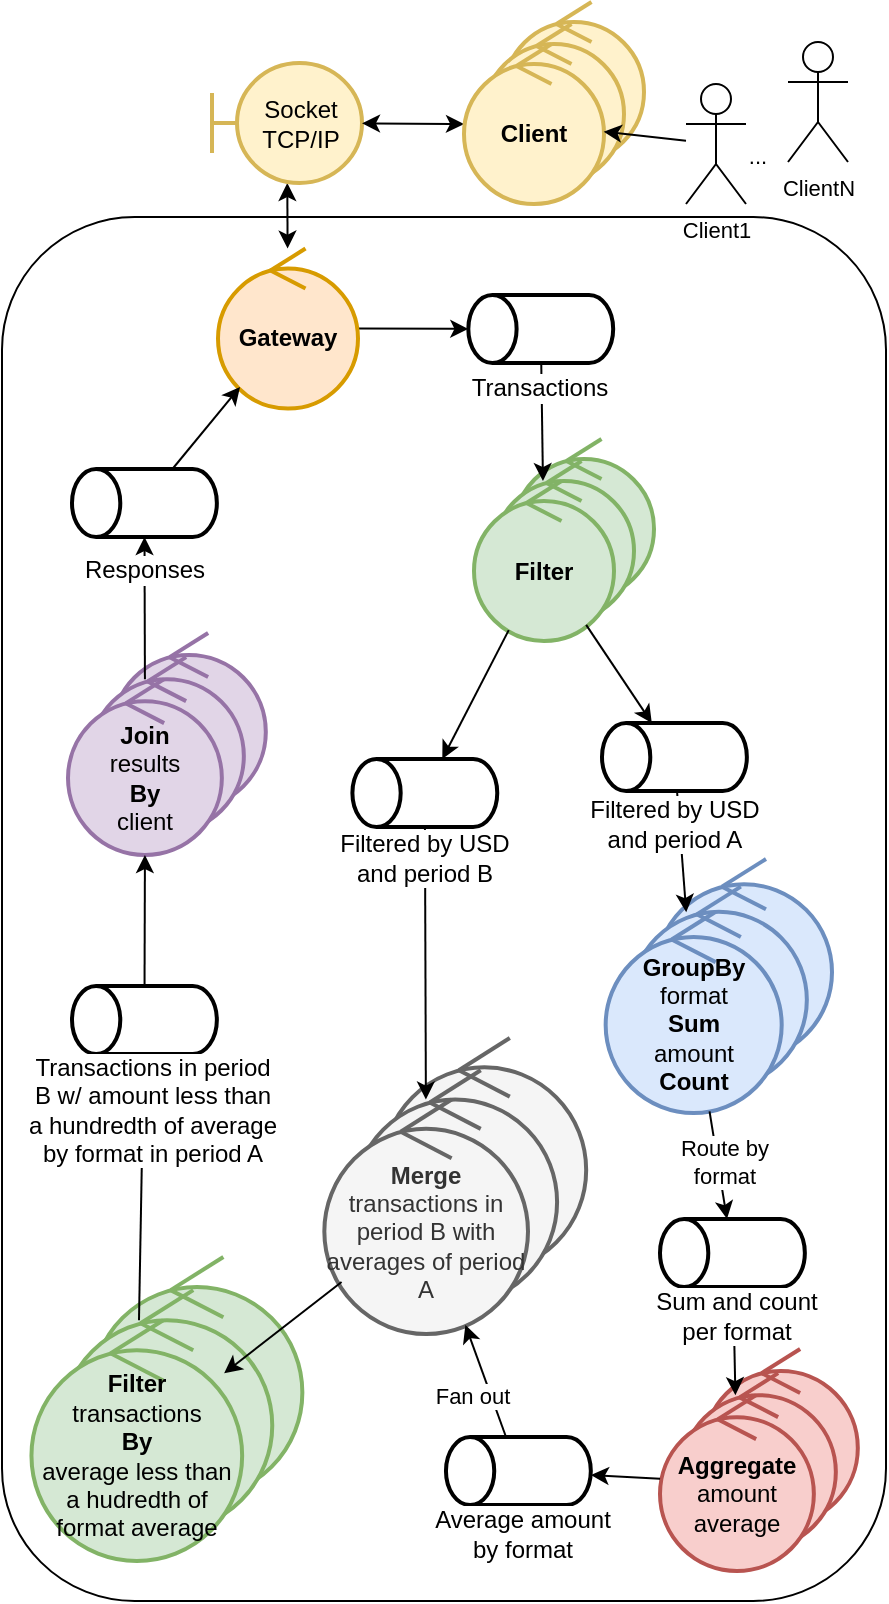
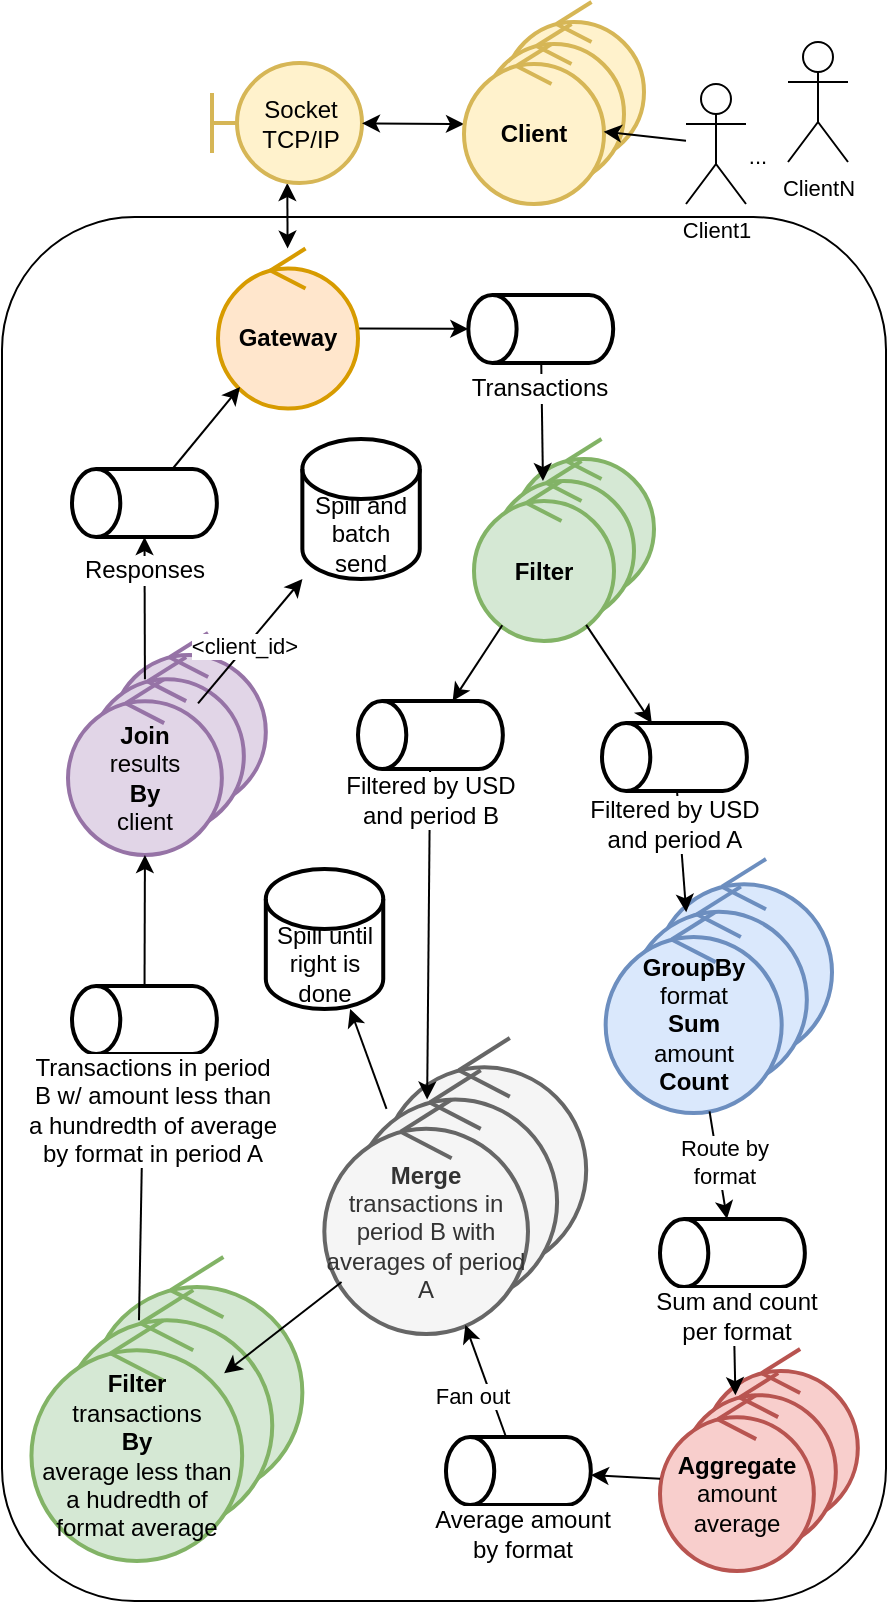
- <mxfile host="Electron" version="29.6.1">
+ <mxfile host="Electron">
  <diagram name="cluster-12" id="cluster-12">
-     <mxGraphModel dx="-2990" dy="4608" grid="1" gridSize="10" guides="1" tooltips="1" connect="1" arrows="1" fold="1" page="0" pageScale="1" pageWidth="850" pageHeight="1100" math="0" shadow="0">
+     <mxGraphModel dx="792" dy="562" grid="1" gridSize="10" guides="1" tooltips="1" connect="1" arrows="1" fold="1" page="0" pageScale="1" pageWidth="850" pageHeight="1100" math="0" shadow="0">
      <root>
        <mxCell id="0" />
        <mxCell id="1" parent="0" />
        <mxCell id="m3lEM9vwjJh2p-cHX_Ol-359" parent="1" style="rounded=1;whiteSpace=wrap;html=1;fontFamily=Helvetica;fontSize=11;fontColor=default;labelBackgroundColor=default;fillColor=none;" value="" vertex="1">
-           <mxGeometry height="692" width="442" x="20.00" y="127.50" as="geometry" />
+           <mxGeometry height="692" width="442" x="20" y="127.5" as="geometry" />
        </mxCell>
        <mxCell id="m3lEM9vwjJh2p-cHX_Ol-360" edge="1" parent="1" source="m3lEM9vwjJh2p-cHX_Ol-361" style="shape=connector;rounded=0;orthogonalLoop=1;jettySize=auto;html=1;strokeColor=default;align=center;verticalAlign=middle;fontFamily=Helvetica;fontSize=11;fontColor=default;labelBackgroundColor=default;endArrow=classic;startArrow=classic;startFill=1;" target="m3lEM9vwjJh2p-cHX_Ol-363">
          <mxGeometry relative="1" as="geometry" />
        </mxCell>
        <mxCell id="m3lEM9vwjJh2p-cHX_Ol-361" parent="1" style="shape=umlBoundary;whiteSpace=wrap;html=1;strokeWidth=2;fillColor=#fff2cc;strokeColor=#d6b656;" value="Socket&lt;div&gt;TCP/IP&lt;/div&gt;" vertex="1">
-           <mxGeometry height="60" width="75" x="125.00" y="50.50" as="geometry" />
+           <mxGeometry height="60" width="75" x="125" y="50.5" as="geometry" />
        </mxCell>
        <mxCell id="m3lEM9vwjJh2p-cHX_Ol-362" edge="1" parent="1" source="m3lEM9vwjJh2p-cHX_Ol-363" style="shape=connector;rounded=0;orthogonalLoop=1;jettySize=auto;html=1;strokeColor=default;align=center;verticalAlign=middle;fontFamily=Helvetica;fontSize=11;fontColor=default;labelBackgroundColor=default;endArrow=classic;" target="m3lEM9vwjJh2p-cHX_Ol-370">
          <mxGeometry relative="1" as="geometry" />
        </mxCell>
        <mxCell id="m3lEM9vwjJh2p-cHX_Ol-363" parent="1" style="ellipse;shape=umlControl;whiteSpace=wrap;html=1;strokeWidth=2;fillColor=#ffe6cc;strokeColor=#d79b00;" value="&lt;b&gt;Gateway&lt;/b&gt;" vertex="1">
-           <mxGeometry height="80" width="70" x="128.00" y="143.28" as="geometry" />
+           <mxGeometry height="80" width="70" x="128" y="143.28" as="geometry" />
        </mxCell>
        <mxCell id="m3lEM9vwjJh2p-cHX_Ol-364" connectable="0" parent="1" style="group;strokeWidth=2;" value="" vertex="1">
-           <mxGeometry height="101" width="90" x="256.00" y="238.50" as="geometry" />
+           <mxGeometry height="101" width="90" x="256" y="238.5" as="geometry" />
        </mxCell>
        <mxCell id="m3lEM9vwjJh2p-cHX_Ol-365" parent="m3lEM9vwjJh2p-cHX_Ol-364" style="ellipse;shape=umlControl;whiteSpace=wrap;html=1;strokeWidth=2;fillColor=#d5e8d4;strokeColor=#82b366;" value="" vertex="1">
          <mxGeometry height="80" width="70" x="20" as="geometry" />
        </mxCell>
        <mxCell id="m3lEM9vwjJh2p-cHX_Ol-366" parent="m3lEM9vwjJh2p-cHX_Ol-364" style="ellipse;shape=umlControl;whiteSpace=wrap;html=1;strokeWidth=2;fillColor=#d5e8d4;strokeColor=#82b366;" value="" vertex="1">
          <mxGeometry height="80" width="70" x="10" y="11" as="geometry" />
        </mxCell>
        <mxCell id="m3lEM9vwjJh2p-cHX_Ol-367" parent="m3lEM9vwjJh2p-cHX_Ol-364" style="ellipse;shape=umlControl;whiteSpace=wrap;html=1;strokeWidth=2;fillColor=#d5e8d4;strokeColor=#82b366;" value="&lt;b&gt;Filter&lt;/b&gt;" vertex="1">
          <mxGeometry height="80" width="70" y="21" as="geometry" />
        </mxCell>
        <mxCell id="m3lEM9vwjJh2p-cHX_Ol-368" edge="1" parent="1" source="m3lEM9vwjJh2p-cHX_Ol-370" style="edgeStyle=none;shape=connector;rounded=0;orthogonalLoop=1;jettySize=auto;html=1;strokeColor=default;align=center;verticalAlign=middle;fontFamily=Helvetica;fontSize=11;fontColor=default;labelBackgroundColor=default;endArrow=classic;" target="m3lEM9vwjJh2p-cHX_Ol-367">
          <mxGeometry relative="1" as="geometry" />
        </mxCell>
        <mxCell id="m3lEM9vwjJh2p-cHX_Ol-369" connectable="0" parent="1" style="group;strokeWidth=2;" value="" vertex="1">
-           <mxGeometry height="61" width="72.43000000000006" x="253.16" y="166.50" as="geometry" />
+           <mxGeometry height="61" width="72.43000000000006" x="253.16" y="166.5" as="geometry" />
        </mxCell>
        <mxCell id="m3lEM9vwjJh2p-cHX_Ol-370" parent="m3lEM9vwjJh2p-cHX_Ol-369" style="strokeWidth=2;html=1;shape=mxgraph.flowchart.database;whiteSpace=wrap;rotation=-90;" value="" vertex="1">
          <mxGeometry height="72.43" width="34" x="19.215000000000032" y="-19.215000000000032" as="geometry" />
        </mxCell>
        <mxCell id="m3lEM9vwjJh2p-cHX_Ol-371" parent="m3lEM9vwjJh2p-cHX_Ol-369" style="text;html=1;whiteSpace=wrap;strokeColor=none;fillColor=none;align=center;verticalAlign=middle;rounded=0;fontFamily=Helvetica;fontSize=12;fontColor=default;labelBackgroundColor=default;strokeWidth=2;" value="Transactions" vertex="1">
          <mxGeometry height="30" width="60" x="6.220000000000027" y="31" as="geometry" />
        </mxCell>
        <mxCell id="m3lEM9vwjJh2p-cHX_Ol-372" connectable="0" parent="1" style="group;strokeWidth=2;" value="" vertex="1">
-           <mxGeometry height="111" width="98.91" x="53.00" y="335.50" as="geometry" />
+           <mxGeometry height="111" width="98.91" x="53" y="335.5" as="geometry" />
        </mxCell>
        <mxCell id="m3lEM9vwjJh2p-cHX_Ol-373" parent="m3lEM9vwjJh2p-cHX_Ol-372" style="ellipse;shape=umlControl;whiteSpace=wrap;html=1;strokeWidth=2;fillColor=#e1d5e7;strokeColor=#9673a6;" value="" vertex="1">
          <mxGeometry height="87.92079207920793" width="76.92999999999999" x="21.98" as="geometry" />
        </mxCell>
        <mxCell id="m3lEM9vwjJh2p-cHX_Ol-374" parent="m3lEM9vwjJh2p-cHX_Ol-372" style="ellipse;shape=umlControl;whiteSpace=wrap;html=1;strokeWidth=2;fillColor=#e1d5e7;strokeColor=#9673a6;" value="" vertex="1">
          <mxGeometry height="87.92079207920793" width="76.92999999999999" x="10.99" y="12.08910891089109" as="geometry" />
        </mxCell>
        <mxCell id="m3lEM9vwjJh2p-cHX_Ol-375" parent="m3lEM9vwjJh2p-cHX_Ol-372" style="ellipse;shape=umlControl;whiteSpace=wrap;html=1;strokeWidth=2;fillColor=#e1d5e7;strokeColor=#9673a6;" value="&lt;b&gt;Join&lt;/b&gt;&lt;div&gt;results&lt;br&gt;&lt;div&gt;&lt;b&gt;By&lt;/b&gt;&lt;/div&gt;&lt;div&gt;client&lt;/div&gt;&lt;/div&gt;" vertex="1">
          <mxGeometry height="87.92079207920793" width="76.92999999999999" y="23.07920792079208" as="geometry" />
        </mxCell>
        <mxCell id="m3lEM9vwjJh2p-cHX_Ol-376" edge="1" parent="1" source="m3lEM9vwjJh2p-cHX_Ol-367" style="edgeStyle=none;shape=connector;rounded=0;orthogonalLoop=1;jettySize=auto;html=1;strokeColor=default;align=center;verticalAlign=middle;fontFamily=Helvetica;fontSize=11;fontColor=default;labelBackgroundColor=default;endArrow=classic;" target="m3lEM9vwjJh2p-cHX_Ol-415">
          <mxGeometry relative="1" as="geometry" />
        </mxCell>
        <mxCell id="m3lEM9vwjJh2p-cHX_Ol-377" edge="1" parent="1" source="m3lEM9vwjJh2p-cHX_Ol-367" style="edgeStyle=none;shape=connector;rounded=0;orthogonalLoop=1;jettySize=auto;html=1;strokeColor=default;align=center;verticalAlign=middle;fontFamily=Helvetica;fontSize=11;fontColor=default;labelBackgroundColor=default;endArrow=classic;" target="m3lEM9vwjJh2p-cHX_Ol-396">
          <mxGeometry relative="1" as="geometry" />
        </mxCell>
        <mxCell id="m3lEM9vwjJh2p-cHX_Ol-378" connectable="0" parent="1" style="group;strokeWidth=2;" value="" vertex="1">
-           <mxGeometry height="127" width="113.17" x="84.83" y="442.50" as="geometry" />
+           <mxGeometry height="127" width="113.17" x="84.83" y="442.5" as="geometry" />
        </mxCell>
        <mxCell id="m3lEM9vwjJh2p-cHX_Ol-379" parent="m3lEM9vwjJh2p-cHX_Ol-378" style="ellipse;shape=umlControl;whiteSpace=wrap;html=1;strokeWidth=2;fillColor=#dae8fc;strokeColor=#6c8ebf;" value="" vertex="1">
          <mxGeometry height="100.59405940594058" width="88.02111111111111" x="262.1488888888889" y="6" as="geometry" />
        </mxCell>
        <mxCell id="m3lEM9vwjJh2p-cHX_Ol-380" parent="m3lEM9vwjJh2p-cHX_Ol-378" style="ellipse;shape=umlControl;whiteSpace=wrap;html=1;strokeWidth=2;fillColor=#dae8fc;strokeColor=#6c8ebf;" value="" vertex="1">
          <mxGeometry height="100.59405940594058" width="88.02111111111111" x="249.57444444444445" y="19.83168316831683" as="geometry" />
        </mxCell>
        <mxCell id="m3lEM9vwjJh2p-cHX_Ol-381" parent="m3lEM9vwjJh2p-cHX_Ol-378" style="ellipse;shape=umlControl;whiteSpace=wrap;html=1;strokeWidth=2;fillColor=#dae8fc;strokeColor=#6c8ebf;" value="&lt;b&gt;GroupBy&lt;/b&gt;&lt;div&gt;format&lt;/div&gt;&lt;div&gt;&lt;b&gt;Sum&lt;/b&gt;&lt;/div&gt;&lt;div&gt;amount&lt;/div&gt;&lt;div&gt;&lt;b&gt;Count&lt;/b&gt;&lt;/div&gt;" vertex="1">
          <mxGeometry height="100.59405940594058" width="88.02111111111111" x="237" y="32.4059405940594" as="geometry" />
        </mxCell>
        <mxCell id="m3lEM9vwjJh2p-cHX_Ol-382" edge="1" parent="1" source="m3lEM9vwjJh2p-cHX_Ol-415" style="edgeStyle=none;shape=connector;rounded=0;orthogonalLoop=1;jettySize=auto;html=1;strokeColor=default;align=center;verticalAlign=middle;fontFamily=Helvetica;fontSize=11;fontColor=default;labelBackgroundColor=default;endArrow=classic;" target="m3lEM9vwjJh2p-cHX_Ol-381">
          <mxGeometry relative="1" as="geometry" />
        </mxCell>
        <mxCell id="m3lEM9vwjJh2p-cHX_Ol-383" connectable="0" parent="1" style="group;strokeWidth=2;" value="" vertex="1">
-           <mxGeometry height="111" width="98.91" x="349.00" y="693.50" as="geometry" />
+           <mxGeometry height="111" width="98.91" x="349" y="693.5" as="geometry" />
        </mxCell>
        <mxCell id="m3lEM9vwjJh2p-cHX_Ol-384" parent="m3lEM9vwjJh2p-cHX_Ol-383" style="ellipse;shape=umlControl;whiteSpace=wrap;html=1;strokeWidth=2;fillColor=#f8cecc;strokeColor=#b85450;" value="" vertex="1">
          <mxGeometry height="87.92079207920791" width="76.92999999999999" x="21.980000000000004" as="geometry" />
        </mxCell>
        <mxCell id="m3lEM9vwjJh2p-cHX_Ol-385" parent="m3lEM9vwjJh2p-cHX_Ol-383" style="ellipse;shape=umlControl;whiteSpace=wrap;html=1;strokeWidth=2;fillColor=#f8cecc;strokeColor=#b85450;" value="" vertex="1">
          <mxGeometry height="87.92079207920791" width="76.92999999999999" x="10.990000000000002" y="12.089108910891088" as="geometry" />
        </mxCell>
        <mxCell id="m3lEM9vwjJh2p-cHX_Ol-386" parent="m3lEM9vwjJh2p-cHX_Ol-383" style="ellipse;shape=umlControl;whiteSpace=wrap;html=1;strokeWidth=2;fillColor=#f8cecc;strokeColor=#b85450;" value="&lt;b&gt;Aggregate&lt;/b&gt;&lt;div&gt;amount average&lt;/div&gt;" vertex="1">
          <mxGeometry height="87.92079207920791" width="76.92999999999999" y="23.079207920792076" as="geometry" />
        </mxCell>
        <mxCell id="m3lEM9vwjJh2p-cHX_Ol-387" edge="1" parent="1" source="m3lEM9vwjJh2p-cHX_Ol-381" style="edgeStyle=none;shape=connector;rounded=0;orthogonalLoop=1;jettySize=auto;html=1;strokeColor=default;align=center;verticalAlign=middle;fontFamily=Helvetica;fontSize=11;fontColor=default;labelBackgroundColor=default;endArrow=classic;" target="m3lEM9vwjJh2p-cHX_Ol-400">
          <mxGeometry relative="1" as="geometry">
-             <mxPoint x="593.25" y="676.50" as="targetPoint" />
+             <mxPoint x="593.25" y="676.5" as="targetPoint" />
          </mxGeometry>
        </mxCell>
        <mxCell id="m3lEM9vwjJh2p-cHX_Ol-388" connectable="0" parent="m3lEM9vwjJh2p-cHX_Ol-387" style="edgeLabel;html=1;align=center;verticalAlign=middle;resizable=0;points=[];fontFamily=Helvetica;fontSize=11;fontColor=default;labelBackgroundColor=default;" value="Route by&lt;div&gt;format&lt;/div&gt;" vertex="1">
          <mxGeometry relative="1" x="-0.0423" y="3" as="geometry">
            <mxPoint as="offset" />
          </mxGeometry>
        </mxCell>
        <mxCell id="m3lEM9vwjJh2p-cHX_Ol-389" connectable="0" parent="1" style="group;strokeWidth=2;" value="" vertex="1">
-           <mxGeometry height="148" width="130.92" x="181.17" y="538.00" as="geometry" />
+           <mxGeometry height="148" width="130.92" x="181.17" y="538" as="geometry" />
        </mxCell>
        <mxCell id="m3lEM9vwjJh2p-cHX_Ol-390" parent="m3lEM9vwjJh2p-cHX_Ol-389" style="ellipse;shape=umlControl;whiteSpace=wrap;html=1;strokeWidth=2;fillColor=#f5f5f5;strokeColor=#666666;fontColor=#333333;" value="" vertex="1">
          <mxGeometry height="117.22772277227722" width="101.82666666666665" x="29.093333333333337" as="geometry" />
        </mxCell>
        <mxCell id="m3lEM9vwjJh2p-cHX_Ol-391" parent="m3lEM9vwjJh2p-cHX_Ol-389" style="ellipse;shape=umlControl;whiteSpace=wrap;html=1;strokeWidth=2;fillColor=#f5f5f5;strokeColor=#666666;fontColor=#333333;" value="" vertex="1">
          <mxGeometry height="117.22772277227722" width="101.82666666666665" x="14.546666666666669" y="16.11881188118812" as="geometry" />
        </mxCell>
        <mxCell id="m3lEM9vwjJh2p-cHX_Ol-392" parent="m3lEM9vwjJh2p-cHX_Ol-389" style="ellipse;shape=umlControl;whiteSpace=wrap;html=1;strokeWidth=2;fillColor=#f5f5f5;strokeColor=#666666;fontColor=#333333;" value="&lt;b&gt;Merge&lt;/b&gt;&lt;div&gt;transactions in period B with averages of period A&lt;/div&gt;" vertex="1">
          <mxGeometry height="117.22772277227722" width="101.82666666666665" y="30.772277227722768" as="geometry" />
        </mxCell>
        <mxCell id="m3lEM9vwjJh2p-cHX_Ol-393" edge="1" parent="1" source="m3lEM9vwjJh2p-cHX_Ol-386" style="edgeStyle=none;shape=connector;rounded=0;orthogonalLoop=1;jettySize=auto;html=1;strokeColor=default;align=center;verticalAlign=middle;fontFamily=Helvetica;fontSize=11;fontColor=default;labelBackgroundColor=default;endArrow=classic;" target="m3lEM9vwjJh2p-cHX_Ol-412">
          <mxGeometry relative="1" as="geometry">
-             <mxPoint x="623.00" y="898.50" as="targetPoint" />
+             <mxPoint x="623" y="898.5" as="targetPoint" />
          </mxGeometry>
        </mxCell>
        <mxCell id="m3lEM9vwjJh2p-cHX_Ol-394" edge="1" parent="1" source="m3lEM9vwjJh2p-cHX_Ol-396" style="edgeStyle=none;shape=connector;rounded=0;orthogonalLoop=1;jettySize=auto;html=1;strokeColor=default;align=center;verticalAlign=middle;fontFamily=Helvetica;fontSize=11;fontColor=default;labelBackgroundColor=default;endArrow=classic;" target="m3lEM9vwjJh2p-cHX_Ol-392">
          <mxGeometry relative="1" as="geometry" />
        </mxCell>
        <mxCell id="m3lEM9vwjJh2p-cHX_Ol-395" connectable="0" parent="1" style="group;strokeWidth=2;" value="" vertex="1">
-           <mxGeometry height="73" width="83.60999999999993" x="195.20" y="398.50" as="geometry" />
+           <mxGeometry height="73" width="83.60999999999993" x="198" y="369.5" as="geometry" />
        </mxCell>
        <mxCell id="m3lEM9vwjJh2p-cHX_Ol-396" parent="m3lEM9vwjJh2p-cHX_Ol-395" style="strokeWidth=2;html=1;shape=mxgraph.flowchart.database;whiteSpace=wrap;rotation=-90;" value="" vertex="1">
          <mxGeometry height="72.43" width="34" x="19.215000000000032" y="-19.215000000000032" as="geometry" />
        </mxCell>
        <mxCell id="m3lEM9vwjJh2p-cHX_Ol-397" parent="m3lEM9vwjJh2p-cHX_Ol-395" style="text;html=1;whiteSpace=wrap;strokeColor=none;fillColor=none;align=center;verticalAlign=middle;rounded=0;fontFamily=Helvetica;fontSize=12;fontColor=default;labelBackgroundColor=default;strokeWidth=2;" value="Filtered by USD and period B" vertex="1">
          <mxGeometry height="30" width="94.78" x="-11.170000000000073" y="34" as="geometry" />
        </mxCell>
        <mxCell id="m3lEM9vwjJh2p-cHX_Ol-398" edge="1" parent="1" source="m3lEM9vwjJh2p-cHX_Ol-400" style="edgeStyle=none;shape=connector;rounded=0;orthogonalLoop=1;jettySize=auto;html=1;strokeColor=default;align=center;verticalAlign=middle;fontFamily=Helvetica;fontSize=11;fontColor=default;labelBackgroundColor=default;endArrow=classic;" target="m3lEM9vwjJh2p-cHX_Ol-386">
          <mxGeometry relative="1" as="geometry">
-             <mxPoint x="600.91" y="710.50" as="sourcePoint" />
+             <mxPoint x="600.91" y="710.5" as="sourcePoint" />
          </mxGeometry>
        </mxCell>
        <mxCell id="m3lEM9vwjJh2p-cHX_Ol-399" connectable="0" parent="1" style="group;strokeWidth=2;rotation=90;" value="" vertex="1">
-           <mxGeometry height="73" width="83.60999999999993" x="349.00" y="628.50" as="geometry" />
+           <mxGeometry height="73" width="83.60999999999993" x="349" y="628.5" as="geometry" />
        </mxCell>
        <mxCell id="m3lEM9vwjJh2p-cHX_Ol-400" parent="m3lEM9vwjJh2p-cHX_Ol-399" style="strokeWidth=2;html=1;shape=mxgraph.flowchart.database;whiteSpace=wrap;rotation=-90;" value="" vertex="1">
          <mxGeometry height="72.43" width="34" x="19.215000000000032" y="-19.215000000000032" as="geometry" />
        </mxCell>
        <mxCell id="m3lEM9vwjJh2p-cHX_Ol-401" parent="m3lEM9vwjJh2p-cHX_Ol-399" style="text;html=1;whiteSpace=wrap;strokeColor=none;fillColor=none;align=center;verticalAlign=middle;rounded=0;fontFamily=Helvetica;fontSize=12;fontColor=default;labelBackgroundColor=default;strokeWidth=2;" value="Sum and count&lt;div&gt;per format&lt;/div&gt;" vertex="1">
          <mxGeometry height="30" width="94.78" x="-9.000000000000073" y="33.5" as="geometry" />
        </mxCell>
        <mxCell id="m3lEM9vwjJh2p-cHX_Ol-402" connectable="0" parent="1" style="group;strokeWidth=2;" value="" vertex="1">
-           <mxGeometry height="152" width="135.45" x="34.73" y="647.50" as="geometry" />
+           <mxGeometry height="152" width="135.45" x="34.73" y="647.5" as="geometry" />
        </mxCell>
        <mxCell id="m3lEM9vwjJh2p-cHX_Ol-403" parent="m3lEM9vwjJh2p-cHX_Ol-402" style="ellipse;shape=umlControl;whiteSpace=wrap;html=1;strokeWidth=2;fillColor=#d5e8d4;strokeColor=#82b366;" value="" vertex="1">
          <mxGeometry height="120.39603960396039" width="105.35" x="30.099999999999998" as="geometry" />
        </mxCell>
        <mxCell id="m3lEM9vwjJh2p-cHX_Ol-404" parent="m3lEM9vwjJh2p-cHX_Ol-402" style="ellipse;shape=umlControl;whiteSpace=wrap;html=1;strokeWidth=2;fillColor=#d5e8d4;strokeColor=#82b366;" value="" vertex="1">
          <mxGeometry height="120.39603960396039" width="105.35" x="15.049999999999999" y="16.554455445544555" as="geometry" />
        </mxCell>
        <mxCell id="m3lEM9vwjJh2p-cHX_Ol-405" parent="m3lEM9vwjJh2p-cHX_Ol-402" style="ellipse;shape=umlControl;whiteSpace=wrap;html=1;strokeWidth=2;fillColor=#d5e8d4;strokeColor=#82b366;" value="&lt;b&gt;Filter&lt;/b&gt;&lt;div&gt;transactions&lt;/div&gt;&lt;div&gt;&lt;b&gt;By&lt;/b&gt;&lt;/div&gt;&lt;div&gt;average less than a hudredth of format average&lt;/div&gt;" vertex="1">
          <mxGeometry height="120.39603960396039" width="105.35" y="31.603960396039604" as="geometry" />
        </mxCell>
        <mxCell id="m3lEM9vwjJh2p-cHX_Ol-406" edge="1" parent="1" source="m3lEM9vwjJh2p-cHX_Ol-392" style="edgeStyle=none;shape=connector;rounded=0;orthogonalLoop=1;jettySize=auto;html=1;strokeColor=default;align=center;verticalAlign=middle;fontFamily=Helvetica;fontSize=11;fontColor=default;labelBackgroundColor=default;endArrow=classic;" target="m3lEM9vwjJh2p-cHX_Ol-405">
          <mxGeometry relative="1" as="geometry" />
        </mxCell>
        <mxCell id="m3lEM9vwjJh2p-cHX_Ol-407" edge="1" parent="1" source="m3lEM9vwjJh2p-cHX_Ol-405" style="edgeStyle=none;shape=connector;rounded=0;orthogonalLoop=1;jettySize=auto;html=1;strokeColor=default;align=center;verticalAlign=middle;fontFamily=Helvetica;fontSize=11;fontColor=default;labelBackgroundColor=default;endArrow=classic;" target="m3lEM9vwjJh2p-cHX_Ol-432">
          <mxGeometry relative="1" as="geometry" />
        </mxCell>
        <mxCell id="m3lEM9vwjJh2p-cHX_Ol-408" edge="1" parent="1" source="m3lEM9vwjJh2p-cHX_Ol-432" style="edgeStyle=none;shape=connector;rounded=0;orthogonalLoop=1;jettySize=auto;html=1;strokeColor=default;align=center;verticalAlign=middle;fontFamily=Helvetica;fontSize=11;fontColor=default;labelBackgroundColor=default;endArrow=classic;" target="m3lEM9vwjJh2p-cHX_Ol-375">
          <mxGeometry relative="1" as="geometry" />
        </mxCell>
        <mxCell id="m3lEM9vwjJh2p-cHX_Ol-409" edge="1" parent="1" source="m3lEM9vwjJh2p-cHX_Ol-412" style="edgeStyle=none;shape=connector;rounded=0;orthogonalLoop=1;jettySize=auto;html=1;strokeColor=default;align=center;verticalAlign=middle;fontFamily=Helvetica;fontSize=11;fontColor=default;labelBackgroundColor=default;endArrow=classic;" target="m3lEM9vwjJh2p-cHX_Ol-392">
          <mxGeometry relative="1" as="geometry" />
        </mxCell>
        <mxCell id="m3lEM9vwjJh2p-cHX_Ol-410" connectable="0" parent="m3lEM9vwjJh2p-cHX_Ol-409" style="edgeLabel;html=1;align=center;verticalAlign=middle;resizable=0;points=[];fontFamily=Helvetica;fontSize=11;fontColor=default;labelBackgroundColor=default;" value="Fan out" vertex="1">
          <mxGeometry relative="1" x="-0.4264" y="-1" as="geometry">
            <mxPoint x="-12" y="-4" as="offset" />
          </mxGeometry>
        </mxCell>
        <mxCell id="m3lEM9vwjJh2p-cHX_Ol-411" connectable="0" parent="1" style="group;strokeWidth=2;rotation=90;" value="" vertex="1">
-           <mxGeometry height="73" width="83.60999999999993" x="241.98" y="737.50" as="geometry" />
+           <mxGeometry height="73" width="83.60999999999993" x="241.98" y="737.5" as="geometry" />
        </mxCell>
        <mxCell id="m3lEM9vwjJh2p-cHX_Ol-412" parent="m3lEM9vwjJh2p-cHX_Ol-411" style="strokeWidth=2;html=1;shape=mxgraph.flowchart.database;whiteSpace=wrap;rotation=-90;" value="" vertex="1">
          <mxGeometry height="72.43" width="34" x="19.215000000000032" y="-19.215000000000032" as="geometry" />
        </mxCell>
        <mxCell id="m3lEM9vwjJh2p-cHX_Ol-413" parent="m3lEM9vwjJh2p-cHX_Ol-411" style="text;html=1;whiteSpace=wrap;strokeColor=none;fillColor=none;align=center;verticalAlign=middle;rounded=0;fontFamily=Helvetica;fontSize=12;fontColor=default;labelBackgroundColor=default;strokeWidth=2;" value="Average amount&lt;div&gt;by format&lt;/div&gt;" vertex="1">
          <mxGeometry height="30" width="94.78" x="-9.000000000000073" y="33.5" as="geometry" />
        </mxCell>
        <mxCell id="m3lEM9vwjJh2p-cHX_Ol-414" connectable="0" parent="1" style="group;strokeWidth=2;" value="" vertex="1">
-           <mxGeometry height="73" width="83.60999999999993" x="320.00" y="380.50" as="geometry" />
+           <mxGeometry height="73" width="83.60999999999993" x="320" y="380.5" as="geometry" />
        </mxCell>
        <mxCell id="m3lEM9vwjJh2p-cHX_Ol-415" parent="m3lEM9vwjJh2p-cHX_Ol-414" style="strokeWidth=2;html=1;shape=mxgraph.flowchart.database;whiteSpace=wrap;rotation=-90;" value="" vertex="1">
          <mxGeometry height="72.43" width="34" x="19.215000000000032" y="-19.215000000000032" as="geometry" />
        </mxCell>
        <mxCell id="m3lEM9vwjJh2p-cHX_Ol-416" parent="m3lEM9vwjJh2p-cHX_Ol-414" style="text;html=1;whiteSpace=wrap;strokeColor=none;fillColor=none;align=center;verticalAlign=middle;rounded=0;fontFamily=Helvetica;fontSize=12;fontColor=default;labelBackgroundColor=default;strokeWidth=2;" value="Filtered by USD and period A" vertex="1">
          <mxGeometry height="30" width="94.78" x="-11.170000000000073" y="35" as="geometry" />
        </mxCell>
        <mxCell id="m3lEM9vwjJh2p-cHX_Ol-417" edge="1" parent="1" source="m3lEM9vwjJh2p-cHX_Ol-375" style="edgeStyle=none;shape=connector;rounded=0;orthogonalLoop=1;jettySize=auto;html=1;strokeColor=default;align=center;verticalAlign=middle;fontFamily=Helvetica;fontSize=11;fontColor=default;labelBackgroundColor=default;endArrow=classic;" target="m3lEM9vwjJh2p-cHX_Ol-419">
          <mxGeometry relative="1" as="geometry" />
        </mxCell>
        <mxCell id="m3lEM9vwjJh2p-cHX_Ol-418" connectable="0" parent="1" style="group;strokeWidth=2;" value="" vertex="1">
-           <mxGeometry height="73" width="83.60999999999993" x="55.00" y="253.50" as="geometry" />
+           <mxGeometry height="73" width="83.60999999999993" x="55" y="253.5" as="geometry" />
        </mxCell>
        <mxCell id="m3lEM9vwjJh2p-cHX_Ol-419" parent="m3lEM9vwjJh2p-cHX_Ol-418" style="strokeWidth=2;html=1;shape=mxgraph.flowchart.database;whiteSpace=wrap;rotation=-90;" value="" vertex="1">
          <mxGeometry height="72.43" width="34" x="19.215000000000032" y="-19.215000000000032" as="geometry" />
        </mxCell>
        <mxCell id="m3lEM9vwjJh2p-cHX_Ol-420" parent="m3lEM9vwjJh2p-cHX_Ol-418" style="text;html=1;whiteSpace=wrap;strokeColor=none;fillColor=none;align=center;verticalAlign=middle;rounded=0;fontFamily=Helvetica;fontSize=12;fontColor=default;labelBackgroundColor=default;strokeWidth=2;" value="Responses" vertex="1">
          <mxGeometry height="30" width="94.78" x="-11.170000000000073" y="35" as="geometry" />
        </mxCell>
        <mxCell id="m3lEM9vwjJh2p-cHX_Ol-421" edge="1" parent="1" source="m3lEM9vwjJh2p-cHX_Ol-419" style="edgeStyle=none;shape=connector;rounded=0;orthogonalLoop=1;jettySize=auto;html=1;strokeColor=default;align=center;verticalAlign=middle;fontFamily=Helvetica;fontSize=11;fontColor=default;labelBackgroundColor=default;endArrow=classic;" target="m3lEM9vwjJh2p-cHX_Ol-363">
          <mxGeometry relative="1" as="geometry" />
        </mxCell>
        <mxCell id="m3lEM9vwjJh2p-cHX_Ol-422" parent="1" style="shape=umlActor;verticalLabelPosition=bottom;verticalAlign=top;html=1;outlineConnect=0;fontFamily=Helvetica;fontSize=11;fontColor=default;labelBackgroundColor=default;" value="ClientN" vertex="1">
-           <mxGeometry height="60" width="30" x="413.00" y="40.00" as="geometry" />
+           <mxGeometry height="60" width="30" x="413" y="40" as="geometry" />
        </mxCell>
        <mxCell id="m3lEM9vwjJh2p-cHX_Ol-423" parent="1" style="shape=umlActor;verticalLabelPosition=bottom;verticalAlign=top;html=1;outlineConnect=0;fontFamily=Helvetica;fontSize=11;fontColor=default;labelBackgroundColor=default;" value="Client1" vertex="1">
-           <mxGeometry height="60" width="30" x="362.00" y="61.00" as="geometry" />
+           <mxGeometry height="60" width="30" x="362" y="61" as="geometry" />
        </mxCell>
        <mxCell id="m3lEM9vwjJh2p-cHX_Ol-424" parent="1" style="text;html=1;whiteSpace=wrap;strokeColor=none;fillColor=none;align=center;verticalAlign=middle;rounded=0;fontFamily=Helvetica;fontSize=11;fontColor=default;labelBackgroundColor=default;" value="..." vertex="1">
-           <mxGeometry height="30" width="60" x="367.91" y="81.50" as="geometry" />
+           <mxGeometry height="30" width="60" x="367.91" y="81.5" as="geometry" />
        </mxCell>
        <mxCell id="m3lEM9vwjJh2p-cHX_Ol-425" edge="1" parent="1" source="m3lEM9vwjJh2p-cHX_Ol-429" style="edgeStyle=none;shape=connector;rounded=0;orthogonalLoop=1;jettySize=auto;html=1;strokeColor=default;align=center;verticalAlign=middle;fontFamily=Helvetica;fontSize=11;fontColor=default;labelBackgroundColor=default;endArrow=classic;startArrow=classic;startFill=1;" target="m3lEM9vwjJh2p-cHX_Ol-361">
          <mxGeometry relative="1" as="geometry">
-             <mxPoint x="255.00" y="79.50" as="sourcePoint" />
+             <mxPoint x="255" y="79.5" as="sourcePoint" />
          </mxGeometry>
        </mxCell>
        <mxCell id="m3lEM9vwjJh2p-cHX_Ol-426" connectable="0" parent="1" style="group;strokeWidth=2;" value="" vertex="1">
-           <mxGeometry height="101" width="90" x="251.00" y="20.00" as="geometry" />
+           <mxGeometry height="101" width="90" x="251" y="20" as="geometry" />
        </mxCell>
        <mxCell id="m3lEM9vwjJh2p-cHX_Ol-427" parent="m3lEM9vwjJh2p-cHX_Ol-426" style="ellipse;shape=umlControl;whiteSpace=wrap;html=1;strokeWidth=2;fillColor=#fff2cc;strokeColor=#d6b656;" value="" vertex="1">
          <mxGeometry height="80" width="70" x="20" as="geometry" />
        </mxCell>
        <mxCell id="m3lEM9vwjJh2p-cHX_Ol-428" parent="m3lEM9vwjJh2p-cHX_Ol-426" style="ellipse;shape=umlControl;whiteSpace=wrap;html=1;strokeWidth=2;fillColor=#fff2cc;strokeColor=#d6b656;" value="" vertex="1">
          <mxGeometry height="80" width="70" x="10" y="11" as="geometry" />
        </mxCell>
        <mxCell id="m3lEM9vwjJh2p-cHX_Ol-429" parent="m3lEM9vwjJh2p-cHX_Ol-426" style="ellipse;shape=umlControl;whiteSpace=wrap;html=1;strokeWidth=2;fillColor=#fff2cc;strokeColor=#d6b656;" value="&lt;b&gt;Client&lt;/b&gt;" vertex="1">
          <mxGeometry height="80" width="70" y="21" as="geometry" />
        </mxCell>
        <mxCell id="m3lEM9vwjJh2p-cHX_Ol-430" edge="1" parent="1" source="m3lEM9vwjJh2p-cHX_Ol-423" style="shape=connector;rounded=0;orthogonalLoop=1;jettySize=auto;html=1;strokeColor=default;align=center;verticalAlign=middle;fontFamily=Helvetica;fontSize=11;fontColor=default;labelBackgroundColor=default;endArrow=classic;" target="m3lEM9vwjJh2p-cHX_Ol-429">
          <mxGeometry relative="1" as="geometry">
            <mxPoint x="324.94" y="81.89" as="targetPoint" />
          </mxGeometry>
        </mxCell>
        <mxCell id="m3lEM9vwjJh2p-cHX_Ol-431" connectable="0" parent="1" style="group;strokeWidth=2;" value="" vertex="1">
-           <mxGeometry height="76.5" width="104.38999999999935" x="55.00" y="512.00" as="geometry" />
+           <mxGeometry height="76.5" width="104.38999999999935" x="55" y="512" as="geometry" />
        </mxCell>
        <mxCell id="m3lEM9vwjJh2p-cHX_Ol-432" parent="m3lEM9vwjJh2p-cHX_Ol-431" style="strokeWidth=2;html=1;shape=mxgraph.flowchart.database;whiteSpace=wrap;rotation=-90;" value="" vertex="1">
          <mxGeometry height="72.43" width="34" x="19.215000000000032" y="-19.215000000000032" as="geometry" />
        </mxCell>
        <mxCell id="m3lEM9vwjJh2p-cHX_Ol-433" parent="m3lEM9vwjJh2p-cHX_Ol-431" style="text;html=1;whiteSpace=wrap;strokeColor=none;fillColor=none;align=center;verticalAlign=middle;rounded=0;fontFamily=Helvetica;fontSize=12;fontColor=default;labelBackgroundColor=default;strokeWidth=2;" value="Transactions in period B w/ amount less than a hundredth of average by format in period A" vertex="1">
          <mxGeometry height="30" width="127.17" x="-22.780000000000655" y="46.5" as="geometry" />
+         </mxCell>
+         <mxCell id="suFYYfrmp-X8D9Wajm9C-1" parent="1" style="shape=cylinder3;whiteSpace=wrap;html=1;boundedLbl=1;backgroundOutline=1;size=15;strokeWidth=2;" value="Spill until right is done" vertex="1">
+           <mxGeometry height="70" width="58.71" x="151.91" y="453.5" as="geometry" />
+         </mxCell>
+         <mxCell id="suFYYfrmp-X8D9Wajm9C-2" edge="1" parent="1" source="m3lEM9vwjJh2p-cHX_Ol-392" style="rounded=0;orthogonalLoop=1;jettySize=auto;html=1;" target="suFYYfrmp-X8D9Wajm9C-1">
+           <mxGeometry relative="1" as="geometry" />
+         </mxCell>
+         <mxCell id="gXlhuZRGLayZxNXH2UmD-1" parent="1" style="shape=cylinder3;whiteSpace=wrap;html=1;boundedLbl=1;backgroundOutline=1;size=15;strokeWidth=2;" value="Spill and batch send" vertex="1">
+           <mxGeometry height="70" width="58.71" x="170.17999999999998" y="238.5" as="geometry" />
+         </mxCell>
+         <mxCell id="gXlhuZRGLayZxNXH2UmD-2" edge="1" parent="1" source="m3lEM9vwjJh2p-cHX_Ol-375" style="rounded=0;orthogonalLoop=1;jettySize=auto;html=1;" target="gXlhuZRGLayZxNXH2UmD-1">
+           <mxGeometry relative="1" as="geometry" />
+         </mxCell>
+         <mxCell id="gXlhuZRGLayZxNXH2UmD-3" connectable="0" parent="gXlhuZRGLayZxNXH2UmD-2" style="edgeLabel;html=1;align=center;verticalAlign=middle;resizable=0;points=[];" value="&amp;lt;client_id&amp;gt;" vertex="1">
+           <mxGeometry relative="1" x="-0.0863" y="1" as="geometry">
+             <mxPoint as="offset" />
+           </mxGeometry>
        </mxCell>
      </root>
    </mxGraphModel>
  </diagram>
- </mxfile>+ </mxfile>
